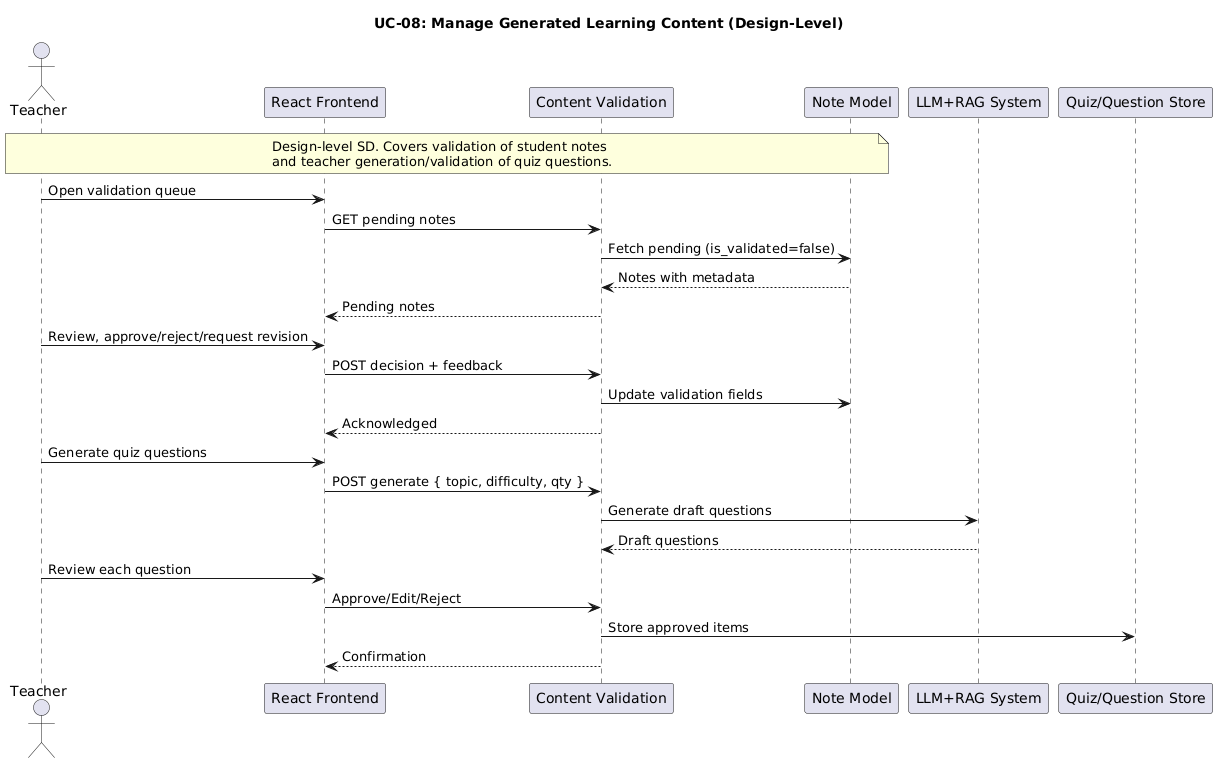
The PlantUML diagram planttext/us8-v1.png in MMMustafakamran/SDs, before a commit.
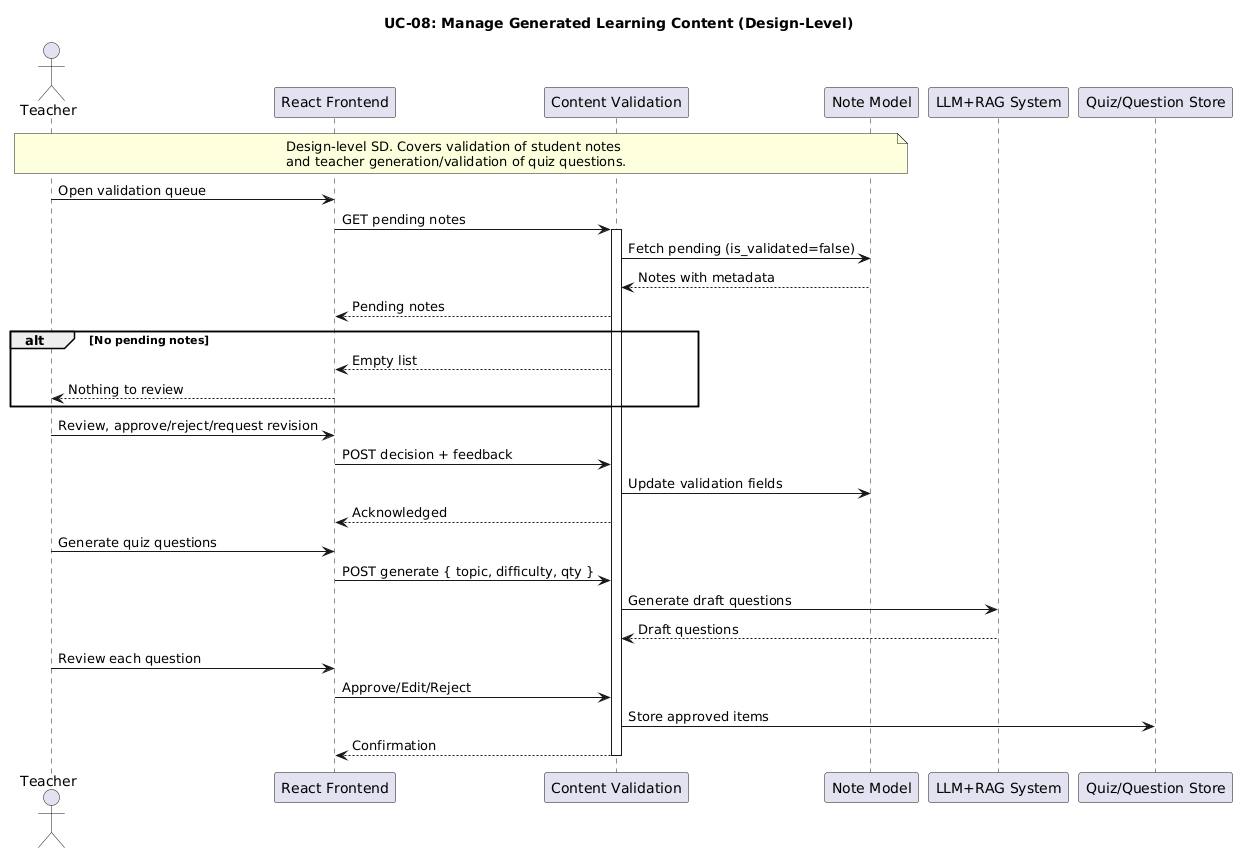
After the commit.

The edit, as a diff of the source:
```diff
@@ -15,9 +15,14 @@
 
 Teacher -> Frontend : Open validation queue
 Frontend -> ContentAPI : GET pending notes
+activate ContentAPI
 ContentAPI -> Note : Fetch pending (is_validated=false)
 Note --> ContentAPI : Notes with metadata
 ContentAPI --> Frontend : Pending notes
+alt No pending notes
+    ContentAPI --> Frontend : Empty list
+    Frontend --> Teacher : Nothing to review
+end
 Teacher -> Frontend : Review, approve/reject/request revision
 Frontend -> ContentAPI : POST decision + feedback
 ContentAPI -> Note : Update validation fields
@@ -31,4 +36,6 @@
 Frontend -> ContentAPI : Approve/Edit/Reject
 ContentAPI -> QuestionBank : Store approved items
 ContentAPI --> Frontend : Confirmation
+
+deactivate ContentAPI
 @enduml
```
